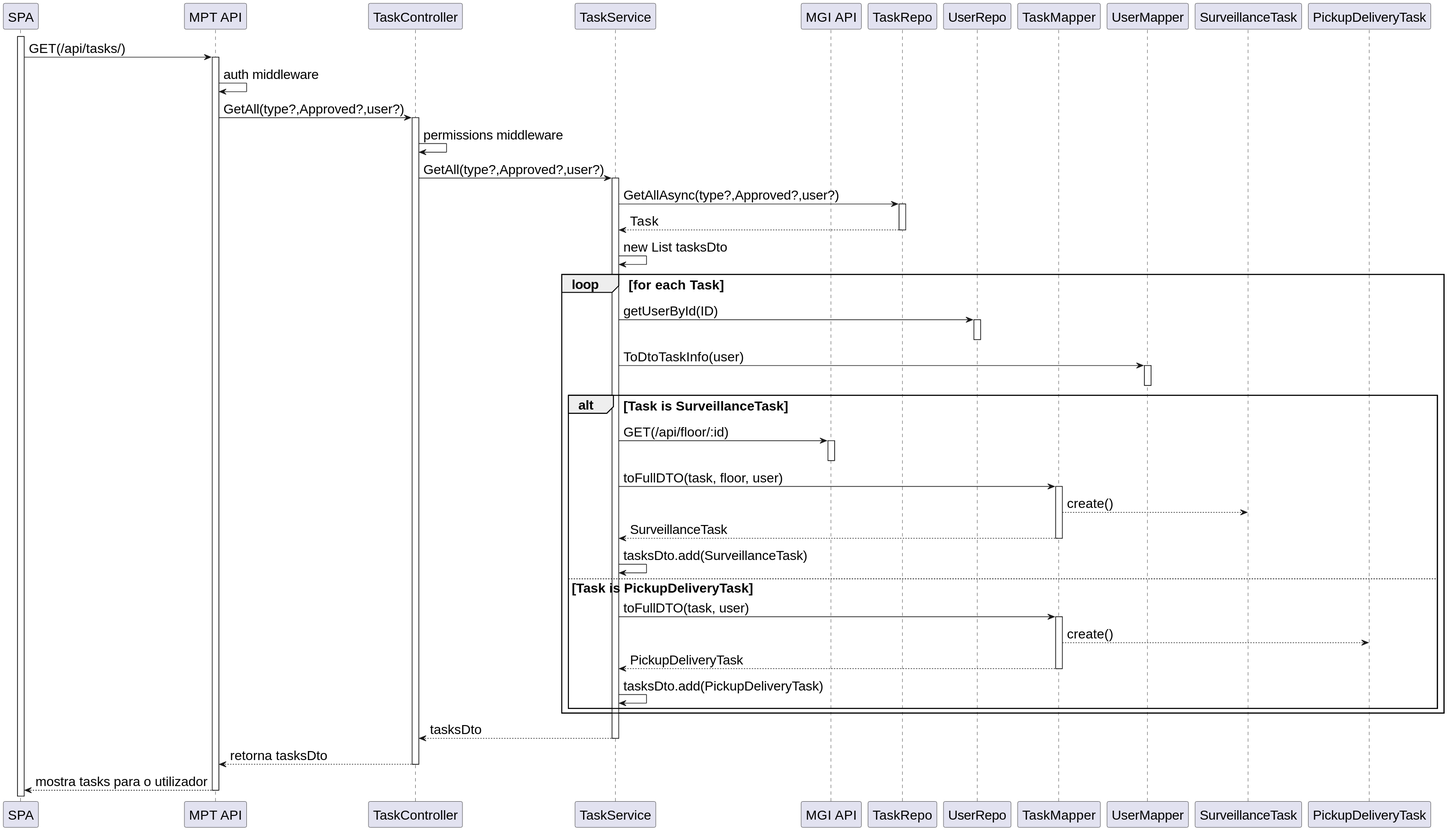
ruben1132/PI5_23-24 keeps this PlantUML diagram as docs/SprintC/nivel3/mpt/N3_US480.svg. Above is the earlier version.
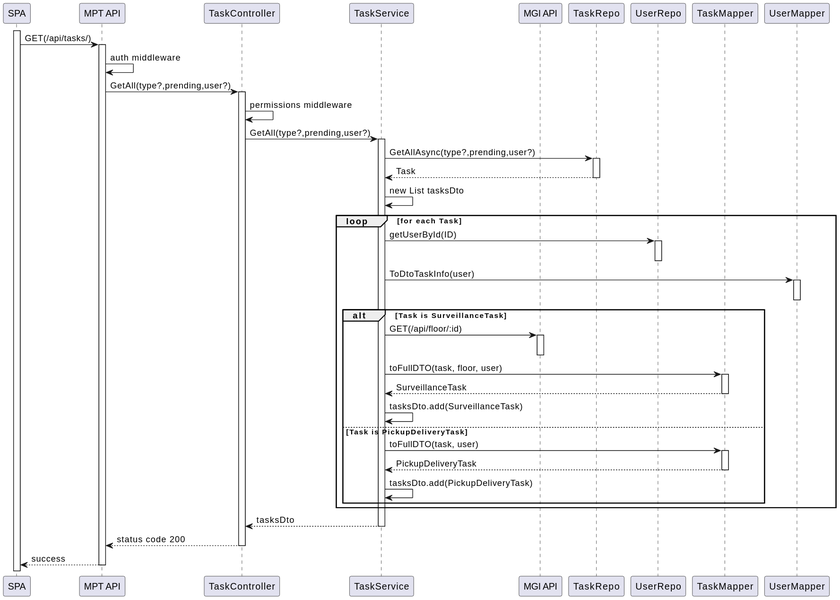
Later version of the same file.

The edit, as a diff of the source:
```diff
@@ -1,5 +1,4 @@
 @startuml
-skinparamlocked defaultFontSize 20
 participant SPA
 participant "MPT API" as API
 participant "TaskController" as Ctrl
@@ -10,22 +9,20 @@
 participant "UserRepo" as ur
 participant "TaskMapper" as Map
 participant "UserMapper" as um
-participant "SurveillanceTask" as SurveillanceTask
-participant "PickupDeliveryTask" as PickupDeliveryTask
 
 activate SPA
 SPA -> API: GET(/api/tasks/)
 activate API
 
 API -> API: auth middleware
-API -> Ctrl: GetAll(type?,Approved?,user?)
+API -> Ctrl: GetAll(type?,prending,user?)
 activate Ctrl
 
 Ctrl -> Ctrl: permissions middleware
-Ctrl -> Srv: GetAll(type?,Approved?,user?)
+Ctrl -> Srv: GetAll(type?,prending,user?)
 activate Srv
 
-Srv -> Repo: GetAllAsync(type?,Approved?,user?)
+Srv -> Repo: GetAllAsync(type?,prending,user?)
 activate Repo
 Repo --> Srv: Task
 deactivate Repo
@@ -49,7 +46,6 @@
 
         Srv -> Map: toFullDTO(task, floor, user)
         activate Map
-        Map --> SurveillanceTask: create()
         Map --> Srv: SurveillanceTask
         deactivate Map
 
@@ -57,7 +53,6 @@
     else Task is PickupDeliveryTask
         Srv -> Map: toFullDTO(task, user)
         activate Map
-        Map --> PickupDeliveryTask: create()
         Map --> Srv: PickupDeliveryTask
         deactivate Map
 
@@ -69,9 +64,10 @@
 Srv --> Ctrl: tasksDto
 deactivate Srv
 
-Ctrl --> API: retorna tasksDto
+Ctrl --> API: status code 200
 deactivate Ctrl
 
-API --> SPA: mostra tasks para o utilizador
+API --> SPA: success
 deactivate API
+
 @enduml
```
